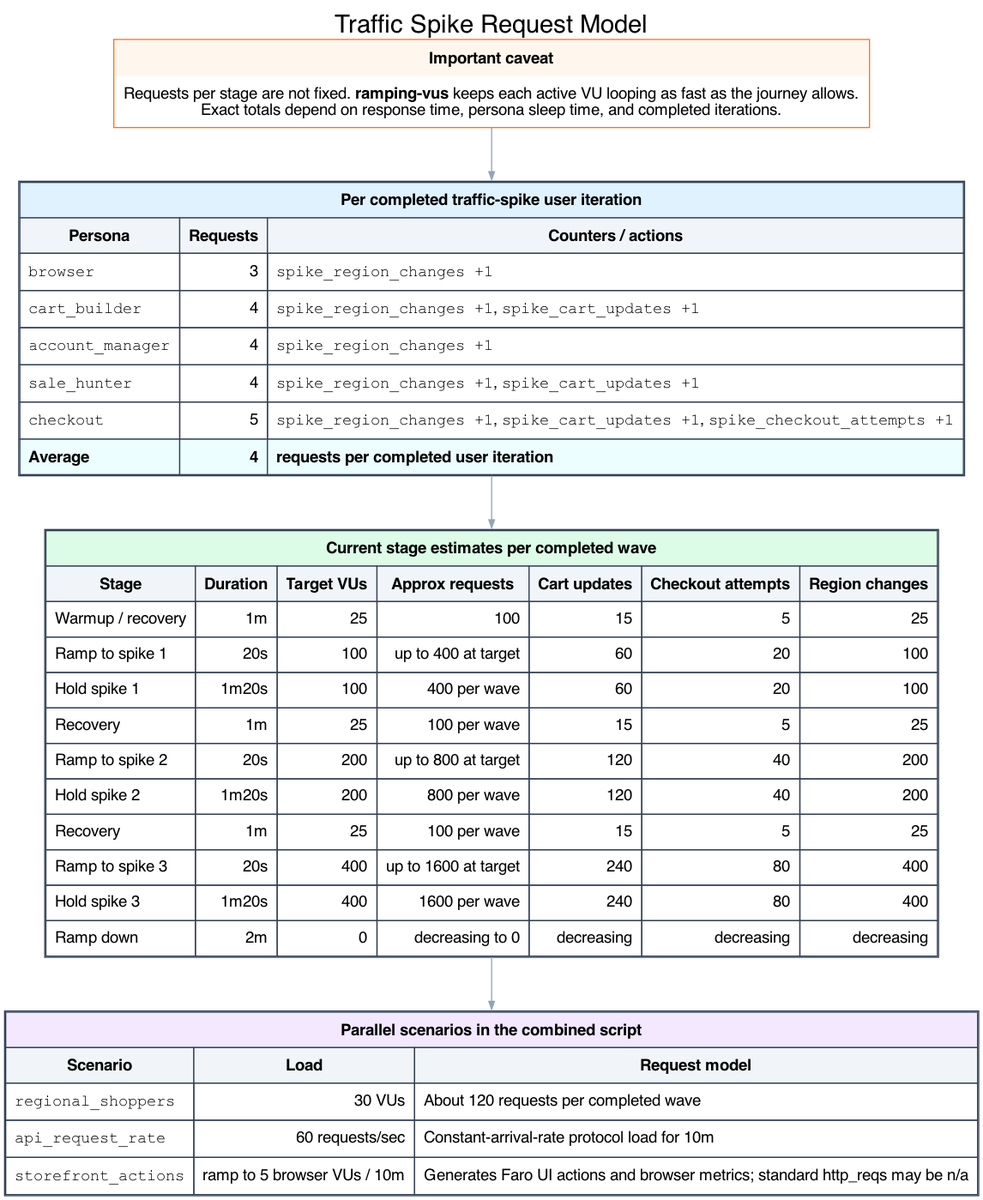
Earlier version of the Graphviz export docs/graphviz/traffic-spike-request-tables.png (orenlion1/ensemble-retail). Its source is kept beside it as docs/graphviz/traffic-spike-request-tables.dot.
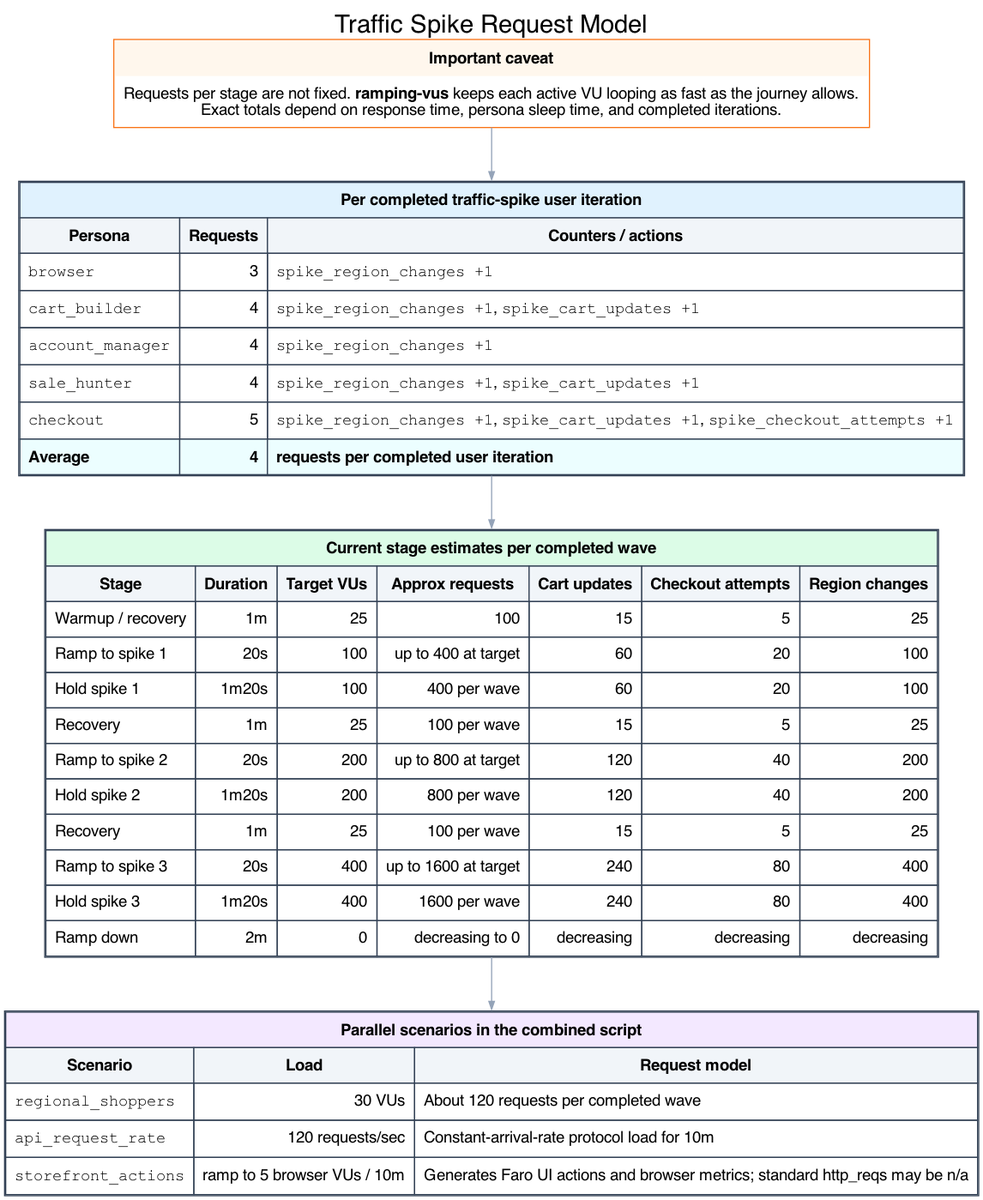
Above is the later version.

The edit, as a diff of the source:
```diff
@@ -23,7 +23,7 @@
       <TR><TD ALIGN="LEFT">Ramp down</TD><TD ALIGN="RIGHT">2m</TD><TD ALIGN="RIGHT">0</TD><TD ALIGN="RIGHT">decreasing to 0</TD><TD ALIGN="RIGHT">decreasing</TD><TD ALIGN="RIGHT">decreasing</TD><TD ALIGN="RIGHT">decreasing</TD></TR></TABLE>
   >];
   parallel_table [label=<
-    <TABLE BORDER="1" CELLBORDER="1" CELLSPACING="0" CELLPADDING="7" COLOR="#334155"><TR><TD COLSPAN="3" BGCOLOR="#f3e8ff"><B>Parallel scenarios in the combined script</B></TD></TR><TR><TD BGCOLOR="#f1f5f9"><B>Scenario</B></TD><TD BGCOLOR="#f1f5f9"><B>Load</B></TD><TD BGCOLOR="#f1f5f9"><B>Request model</B></TD></TR><TR><TD ALIGN="LEFT"><FONT FACE="Courier">regional_shoppers</FONT></TD><TD ALIGN="RIGHT">30 VUs</TD><TD ALIGN="LEFT">About 120 requests per completed wave</TD></TR><TR><TD ALIGN="LEFT"><FONT FACE="Courier">api_request_rate</FONT></TD><TD ALIGN="RIGHT">60 requests/sec</TD><TD ALIGN="LEFT">Constant-arrival-rate protocol load for 10m</TD></TR><TR><TD ALIGN="LEFT"><FONT FACE="Courier">storefront_actions</FONT></TD><TD ALIGN="RIGHT">ramp to 5 browser VUs / 10m</TD><TD ALIGN="LEFT">Generates Faro UI actions and browser metrics; standard http_reqs may be n/a</TD></TR></TABLE>
+    <TABLE BORDER="1" CELLBORDER="1" CELLSPACING="0" CELLPADDING="7" COLOR="#334155"><TR><TD COLSPAN="3" BGCOLOR="#f3e8ff"><B>Parallel scenarios in the combined script</B></TD></TR><TR><TD BGCOLOR="#f1f5f9"><B>Scenario</B></TD><TD BGCOLOR="#f1f5f9"><B>Load</B></TD><TD BGCOLOR="#f1f5f9"><B>Request model</B></TD></TR><TR><TD ALIGN="LEFT"><FONT FACE="Courier">regional_shoppers</FONT></TD><TD ALIGN="RIGHT">30 VUs</TD><TD ALIGN="LEFT">About 120 requests per completed wave</TD></TR><TR><TD ALIGN="LEFT"><FONT FACE="Courier">api_request_rate</FONT></TD><TD ALIGN="RIGHT">120 requests/sec</TD><TD ALIGN="LEFT">Constant-arrival-rate protocol load for 10m</TD></TR><TR><TD ALIGN="LEFT"><FONT FACE="Courier">storefront_actions</FONT></TD><TD ALIGN="RIGHT">ramp to 5 browser VUs / 10m</TD><TD ALIGN="LEFT">Generates Faro UI actions and browser metrics; standard http_reqs may be n/a</TD></TR></TABLE>
   >];
 
   caveat -> persona_table -> stage_table -> parallel_table;
```
